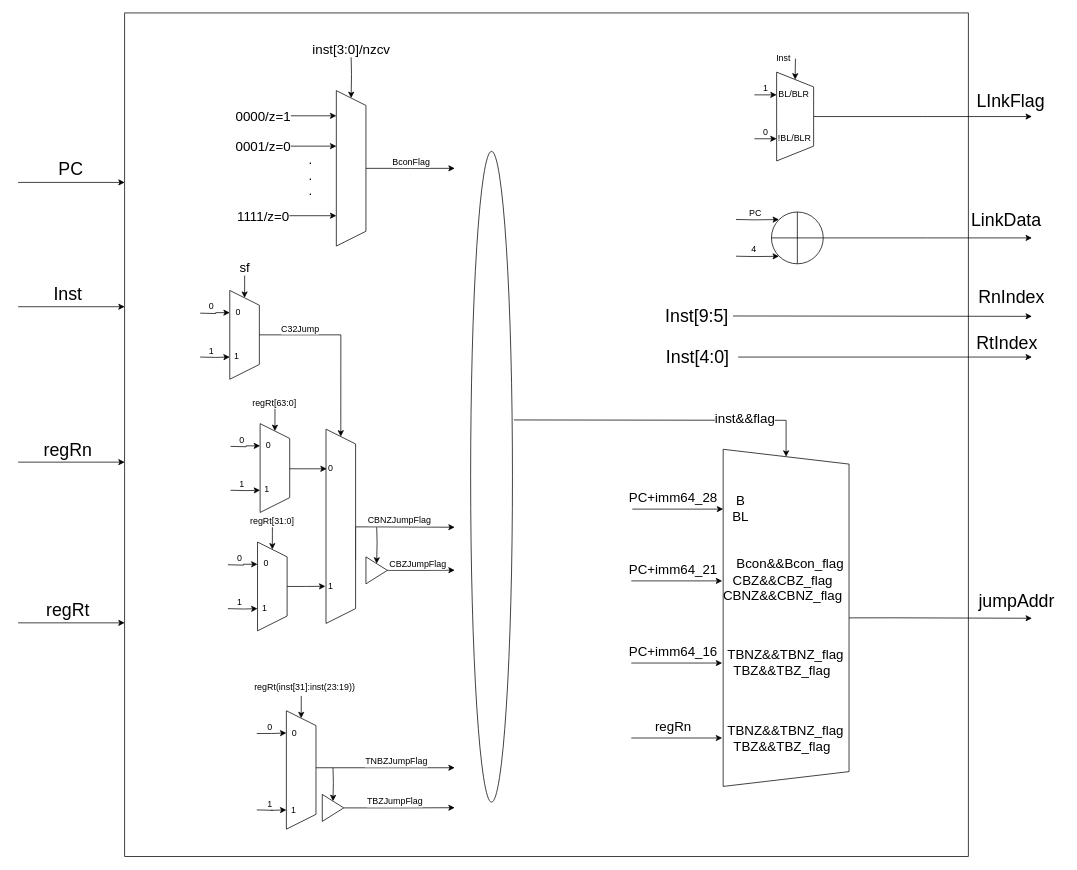
Above: page "BRU" (2 of 5) of 未命名绘图.drawio in xiaoqiangshijie/BRU (draw.io), before the change. Source tidied: cells renumbered, new cells numbered last; positions are measured from the earlier drawing's top-left corner, leaving out a move shared by most shapes. Both pictures are drawn from the tidied source at 74%, with x=0, y=0 at pixel (18, 13).
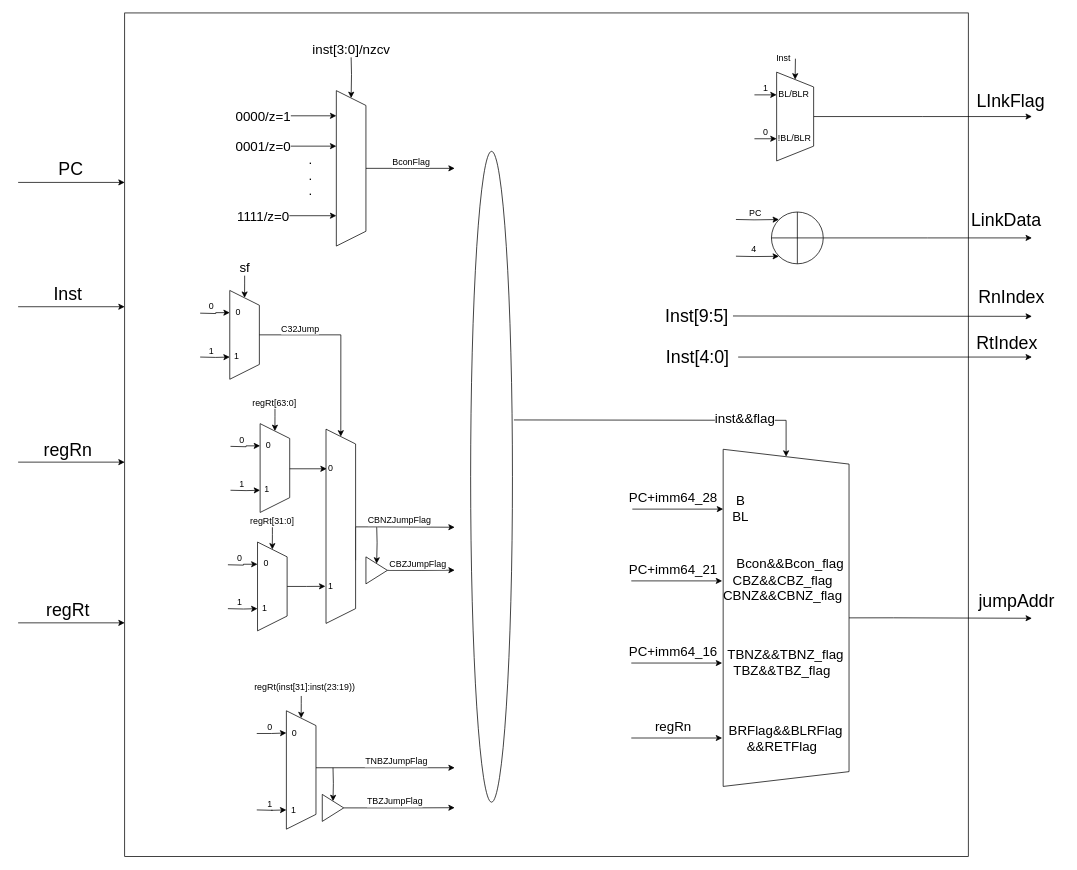
Above is the later version.

Commit message:
更新未命名绘图.drawio

Unchanged cells that the change refers to:
```xml
<mxCell id="2" style="group;" parent="1" vertex="1">
  <mxGeometry width="1395" height="1140" as="geometry" />
</mxCell>
```

Diff of the diagram source:
```diff
@@
-    <mxCell id="93" value="&amp;nbsp; TBNZ&amp;amp;&amp;amp;TBNZ_flag&lt;br&gt;TBZ&amp;amp;&amp;amp;TBZ_flag" style="text;html=1;align=center;verticalAlign=middle;fillColor=none;strokeColor=none;rounded=0;fontSize=18;" parent="2" vertex="1">
+    <mxCell id="93" value="&amp;nbsp; BRFlag&amp;amp;&amp;amp;BLRFlag&lt;br&gt;&amp;amp;&amp;amp;RETFlag" style="text;html=1;align=center;verticalAlign=middle;fillColor=none;strokeColor=none;rounded=0;fontSize=18;" parent="2" vertex="1">
       <mxGeometry x="937" y="951" width="190" height="60" as="geometry" />
     </mxCell>
```
